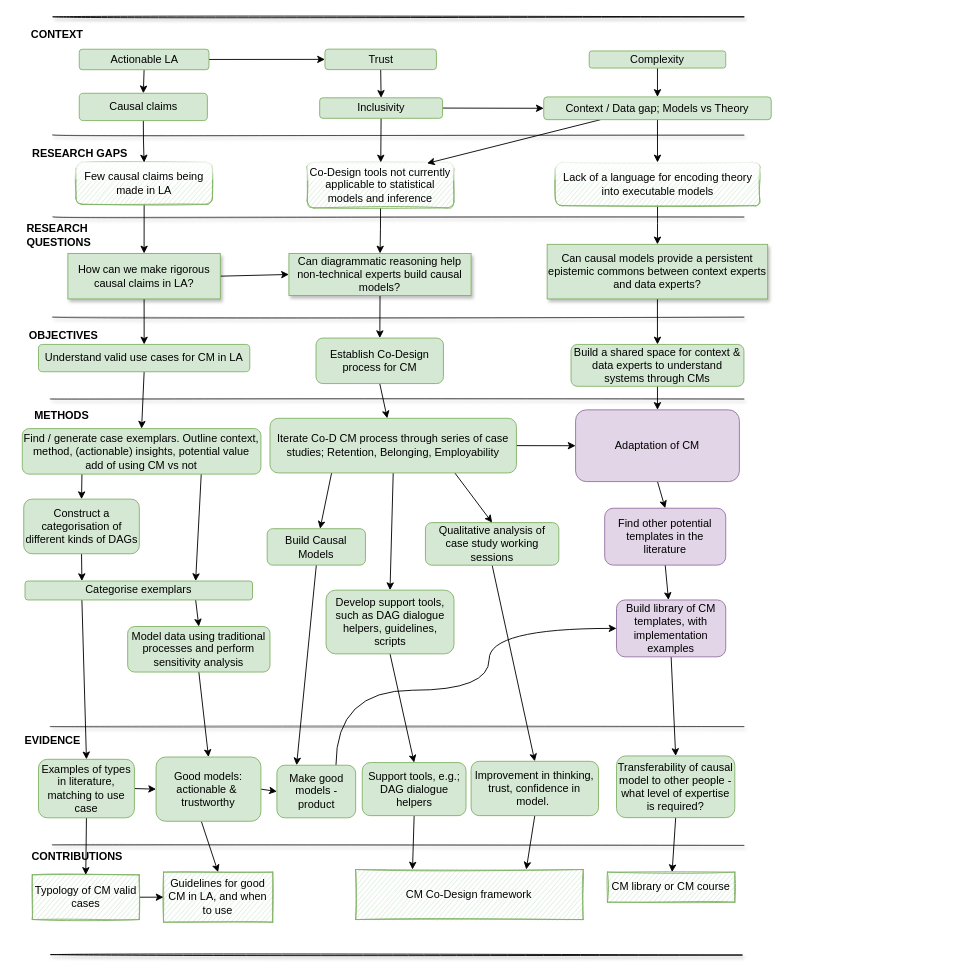
This is page "Page-6" (6 of 6) of Thesis diagram.drawio from benwhicks/phd, a draw.io file, before an edit. Source tidied: cells renumbered, new cells numbered last; positions are measured from the earlier drawing's top-left corner, leaving out a move shared by most shapes. Both pictures are drawn from the tidied source at 91%, with x=0, y=0 at pixel (15, 16).
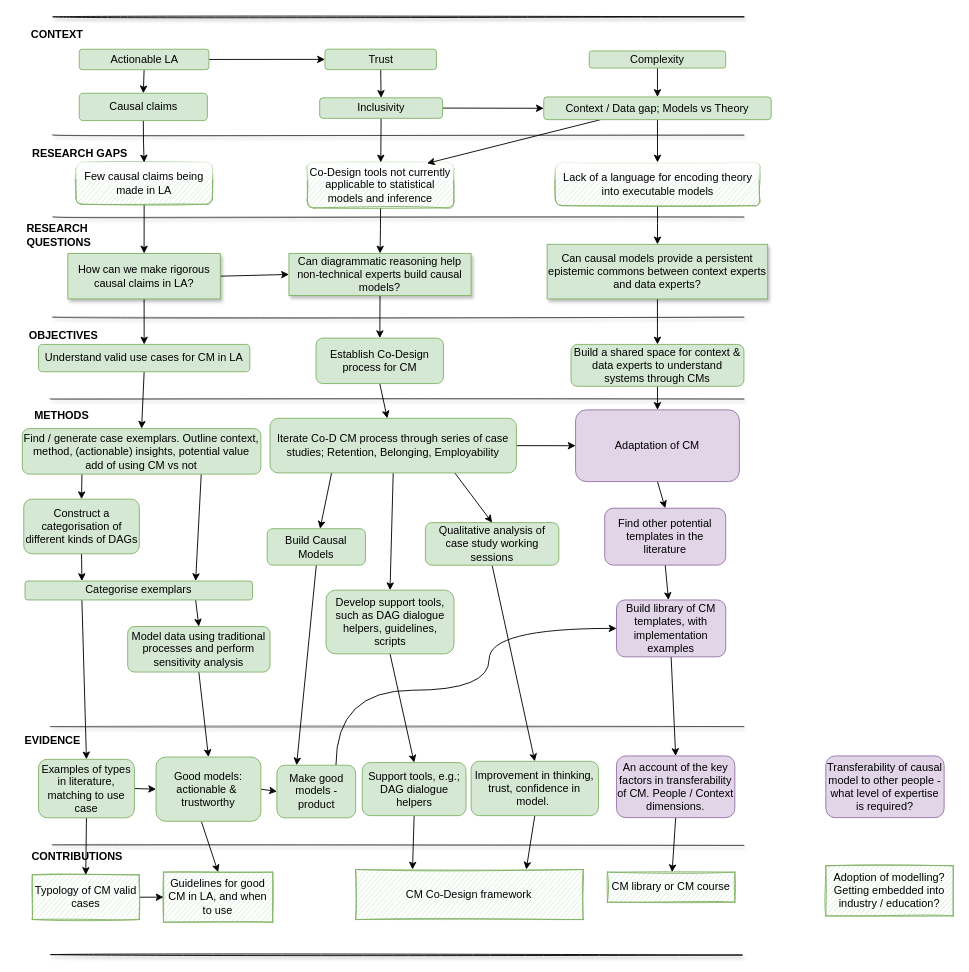
Above is the later version.

Diff of the diagram source:
```diff
@@
-    <mxCell id="62" value="Transferability of causal model to other people - what level of expertise is required?" style="whiteSpace=wrap;html=1;rounded=1;shadow=0;glass=0;sketch=0;fillColor=#d5e8d4;strokeColor=#82b366;" parent="1" vertex="1">
+    <mxCell id="62" value="An account of the key factors in transferability of CM. People / Context dimensions." style="whiteSpace=wrap;html=1;rounded=1;shadow=0;glass=0;sketch=0;fillColor=#e1d5e7;strokeColor=#9673a6;" parent="1" vertex="1">
       <mxGeometry x="660" y="812.2" width="130" height="67.8" as="geometry" />
     </mxCell>
@@
+    <mxCell id="99" value="Adoption of modelling? Getting embedded into industry / education?" style="whiteSpace=wrap;html=1;rounded=0;shadow=0;glass=0;sketch=1;fillColor=#d5e8d4;strokeColor=#82b366;" parent="1" vertex="1">
+      <mxGeometry x="890" y="932.9" width="140" height="55.1" as="geometry" />
+    </mxCell>
+    <mxCell id="100" value="Transferability of causal model to other people - what level of expertise is required?" style="whiteSpace=wrap;html=1;rounded=1;shadow=0;glass=0;sketch=0;fillColor=#e1d5e7;strokeColor=#9673a6;" parent="1" vertex="1">
+      <mxGeometry x="890" y="812.2" width="130" height="67.8" as="geometry" />
+    </mxCell>
```
